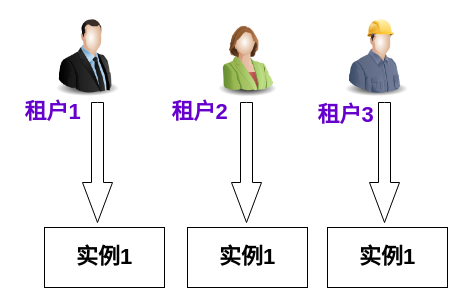
Before: workflow2.drawio in cnx-yunshen/xmlFile, a draw.io diagram. Source tidied: cells renumbered, new cells numbered last; positions are measured from the earlier drawing's top-left corner, leaving out a move shared by most shapes. Both pictures are drawn from the tidied source at 100%, with x=0, y=0 at pixel (17, 17).
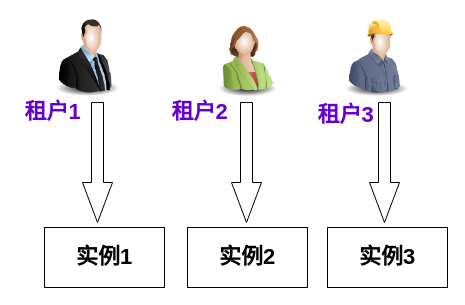
After the change.

Change to the diagram source:
```diff
@@
 <mxGraphModel>
   <root>
     <mxCell id="0" />
     <mxCell id="1" parent="0" />
     <mxCell id="2" style="image;html=1;image=img/lib/clip_art/people/Suit_Man_128x128.png;" parent="1" vertex="1">
       <mxGeometry x="30" width="80" height="80" as="geometry" />
     </mxCell>
     <mxCell id="3" style="image;html=1;image=img/lib/clip_art/people/Construction_Worker_Man_128x128.png;" parent="1" vertex="1">
       <mxGeometry x="319" width="80" height="80" as="geometry" />
     </mxCell>
     <mxCell id="4" style="image;html=1;image=img/lib/clip_art/people/Suit_Woman_Green_128x128.png;" parent="1" vertex="1">
       <mxGeometry x="189" width="80" height="80" as="geometry" />
     </mxCell>
     <mxCell id="5" style="html=1;shadow=0;dashed=0;align=center;verticalAlign=middle;shape=mxgraph.arrows2.arrow;dy=0.6;dx=40;notch=0;rotation=90;" parent="1" vertex="1">
       <mxGeometry x="20" y="130" width="120" height="30" as="geometry" />
     </mxCell>
     <mxCell id="6" style="html=1;shadow=0;dashed=0;align=center;verticalAlign=middle;shape=mxgraph.arrows2.arrow;dy=0.6;dx=40;notch=0;rotation=90;" parent="1" vertex="1">
       <mxGeometry x="169" y="130" width="120" height="30" as="geometry" />
     </mxCell>
     <mxCell id="7" style="html=1;shadow=0;dashed=0;align=center;verticalAlign=middle;shape=mxgraph.arrows2.arrow;dy=0.6;dx=40;notch=0;rotation=90;" parent="1" vertex="1">
       <mxGeometry x="307" y="130" width="120" height="30" as="geometry" />
     </mxCell>
     <mxCell id="8" value="&lt;b&gt;&lt;font style=&quot;font-size: 22px;&quot;&gt;实例1&lt;br&gt;&lt;/font&gt;&lt;/b&gt;" style="whiteSpace=wrap;html=1;" parent="1" vertex="1">
       <mxGeometry x="27" y="210" width="120" height="60" as="geometry" />
     </mxCell>
-    <mxCell id="9" value="&lt;b&gt;&lt;font style=&quot;font-size: 22px;&quot;&gt;实例1&lt;br&gt;&lt;/font&gt;&lt;/b&gt;" style="whiteSpace=wrap;html=1;" parent="1" vertex="1">
+    <mxCell id="9" value="&lt;div&gt;&lt;b&gt;&lt;font style=&quot;font-size: 22px;&quot;&gt;实例2&lt;/font&gt;&lt;/b&gt;&lt;/div&gt;" style="whiteSpace=wrap;html=1;" parent="1" vertex="1">
       <mxGeometry x="170" y="210" width="120" height="60" as="geometry" />
     </mxCell>
-    <mxCell id="10" value="&lt;b&gt;&lt;font style=&quot;font-size: 22px;&quot;&gt;实例1&lt;br&gt;&lt;/font&gt;&lt;/b&gt;" style="whiteSpace=wrap;html=1;" parent="1" vertex="1">
+    <mxCell id="10" value="&lt;b&gt;&lt;font style=&quot;font-size: 22px;&quot;&gt;实例3&lt;/font&gt;&lt;/b&gt;" style="whiteSpace=wrap;html=1;" parent="1" vertex="1">
       <mxGeometry x="310" y="210" width="120" height="60" as="geometry" />
     </mxCell>
     <mxCell id="11" value="&lt;b&gt;&lt;font color=&quot;#6600CC&quot;&gt;租户1&lt;/font&gt;&lt;/b&gt;" style="text;html=1;align=center;verticalAlign=middle;strokeColor=none;fillColor=none;fontSize=22;" parent="1" vertex="1">
       <mxGeometry y="80" width="70" height="30" as="geometry" />
     </mxCell>
     <mxCell id="12" value="&lt;b&gt;&lt;font color=&quot;#6600CC&quot;&gt;租户2&lt;/font&gt;&lt;/b&gt;" style="text;html=1;align=center;verticalAlign=middle;strokeColor=none;fillColor=none;fontSize=22;" parent="1" vertex="1">
       <mxGeometry x="147" y="80" width="70" height="30" as="geometry" />
     </mxCell>
     <mxCell id="13" value="&lt;b&gt;&lt;font color=&quot;#6600CC&quot;&gt;租户3&lt;/font&gt;&lt;/b&gt;" style="text;html=1;align=center;verticalAlign=middle;strokeColor=none;fillColor=none;fontSize=22;" parent="1" vertex="1">
       <mxGeometry x="293" y="83" width="70" height="30" as="geometry" />
     </mxCell>
   </root>
 </mxGraphModel>
```
